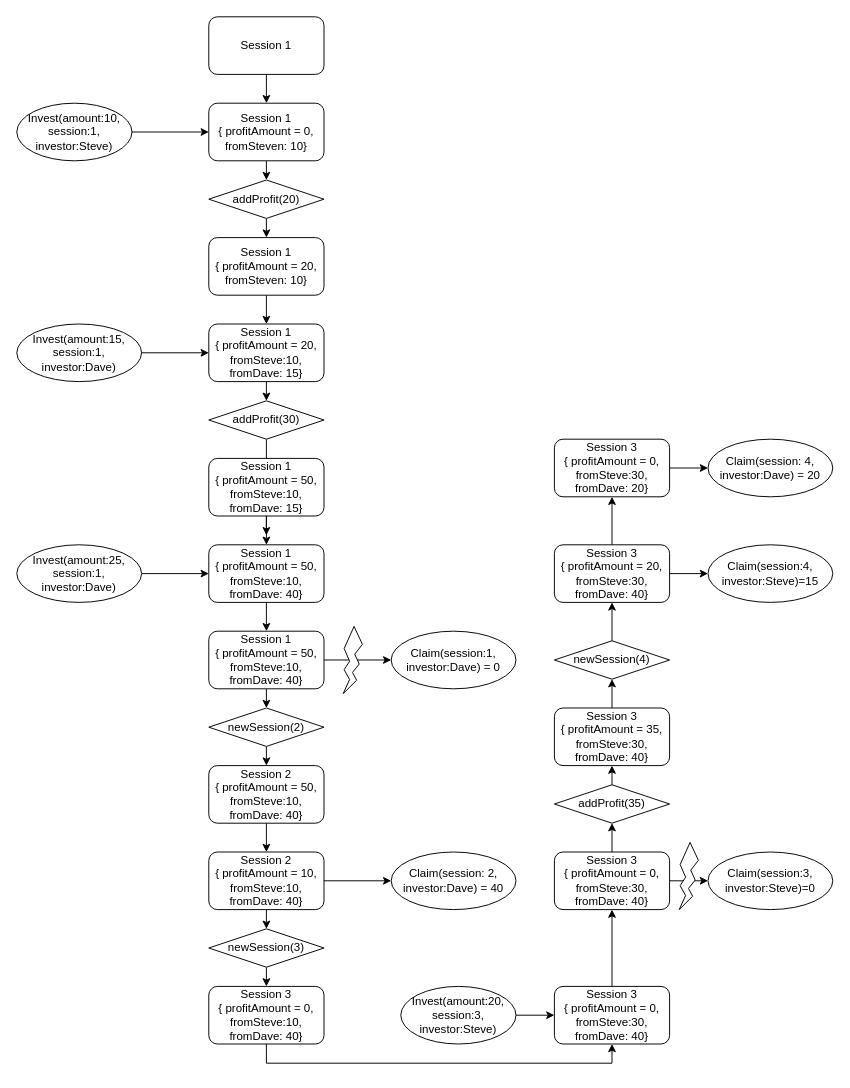
Before: page "Test1" (2 of 2) of Example1.drawio in ChihHaoChen/thundercoreProfit, a draw.io diagram. Source tidied: cells renumbered, new cells numbered last; positions are measured from the earlier drawing's top-left corner, leaving out a move shared by most shapes. Both pictures are drawn from the tidied source at 96%, with x=0, y=0 at pixel (16, 16).
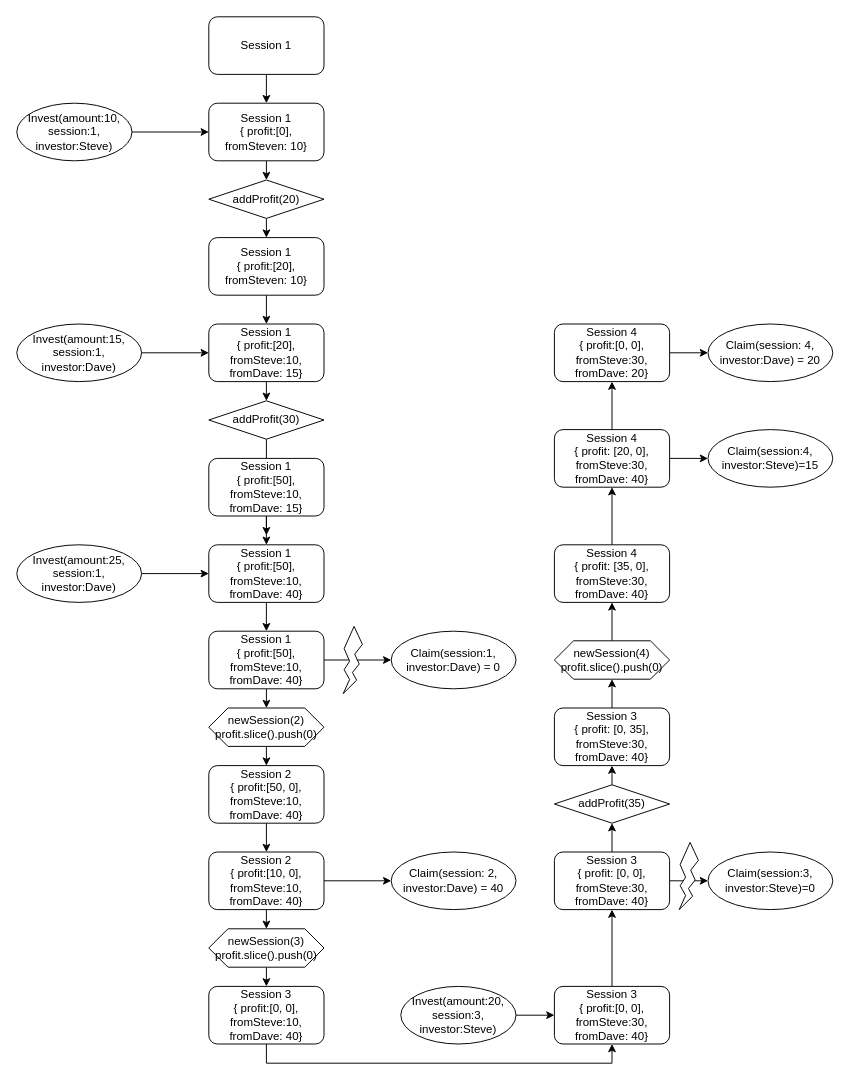
The same diagram, later.

The edit, as a diff of the source:
```diff
@@
-    <mxCell id="5" value="&lt;div&gt;Session 1&lt;/div&gt;&lt;div&gt;{ profitAmount = 0,&lt;/div&gt;&lt;div&gt;fromSteven: 10}&lt;br&gt;&lt;/div&gt;" style="rounded=1;whiteSpace=wrap;html=1;" parent="1" vertex="1">
+    <mxCell id="5" value="&lt;div&gt;Session 1&lt;/div&gt;&lt;div&gt;{ profit:[0],&lt;/div&gt;&lt;div&gt;fromSteven: 10}&lt;br&gt;&lt;/div&gt;" style="rounded=1;whiteSpace=wrap;html=1;" parent="1" vertex="1">
       <mxGeometry x="200" y="90" width="120" height="60" as="geometry" />
     </mxCell>
@@
-    <mxCell id="10" value="&lt;div&gt;Session 1&lt;/div&gt;&lt;div&gt;{ profitAmount = 20,&lt;/div&gt;&lt;div&gt;fromSteve:10,&lt;/div&gt;&lt;div&gt;fromDave: 15}&lt;br&gt;&lt;/div&gt;" style="rounded=1;whiteSpace=wrap;html=1;" parent="1" vertex="1">
+    <mxCell id="10" value="&lt;div&gt;Session 1&lt;/div&gt;&lt;div&gt;{ profit:[20],&lt;/div&gt;&lt;div&gt;fromSteve:10,&lt;/div&gt;&lt;div&gt;fromDave: 15}&lt;br&gt;&lt;/div&gt;" style="rounded=1;whiteSpace=wrap;html=1;" parent="1" vertex="1">
       <mxGeometry x="200" y="320" width="120" height="60" as="geometry" />
     </mxCell>
@@
-    <mxCell id="14" value="&lt;div&gt;Session 1&lt;/div&gt;&lt;div&gt;{ profitAmount = 20,&lt;/div&gt;&lt;div&gt;fromSteven: 10}&lt;br&gt;&lt;/div&gt;" style="rounded=1;whiteSpace=wrap;html=1;" parent="1" vertex="1">
+    <mxCell id="14" value="&lt;div&gt;Session 1&lt;/div&gt;&lt;div&gt;{ profit:[20],&lt;/div&gt;&lt;div&gt;fromSteven: 10}&lt;br&gt;&lt;/div&gt;" style="rounded=1;whiteSpace=wrap;html=1;" parent="1" vertex="1">
       <mxGeometry x="200" y="230" width="120" height="60" as="geometry" />
     </mxCell>
@@
-    <mxCell id="19" value="&lt;div&gt;Session 1&lt;/div&gt;&lt;div&gt;{ profitAmount = 50,&lt;/div&gt;&lt;div&gt;fromSteve:10,&lt;/div&gt;&lt;div&gt;fromDave: 15}&lt;br&gt;&lt;/div&gt;" style="rounded=1;whiteSpace=wrap;html=1;" parent="1" vertex="1">
+    <mxCell id="19" value="&lt;div&gt;Session 1&lt;/div&gt;&lt;div&gt;{ profit:[50],&lt;/div&gt;&lt;div&gt;fromSteve:10,&lt;/div&gt;&lt;div&gt;fromDave: 15}&lt;br&gt;&lt;/div&gt;" style="rounded=1;whiteSpace=wrap;html=1;" parent="1" vertex="1">
       <mxGeometry x="200" y="460" width="120" height="60" as="geometry" />
     </mxCell>
@@
-    <mxCell id="21" value="&lt;div&gt;Session 1&lt;/div&gt;&lt;div&gt;{ profitAmount = 50,&lt;/div&gt;&lt;div&gt;fromSteve:10,&lt;/div&gt;&lt;div&gt;fromDave: 40}&lt;br&gt;&lt;/div&gt;" style="rounded=1;whiteSpace=wrap;html=1;" parent="1" vertex="1">
+    <mxCell id="21" value="&lt;div&gt;Session 1&lt;/div&gt;&lt;div&gt;{ profit:[50],&lt;/div&gt;&lt;div&gt;fromSteve:10,&lt;/div&gt;&lt;div&gt;fromDave: 40}&lt;br&gt;&lt;/div&gt;" style="rounded=1;whiteSpace=wrap;html=1;" parent="1" vertex="1">
       <mxGeometry x="200" y="550" width="120" height="60" as="geometry" />
     </mxCell>
@@
-    <mxCell id="25" style="edgeStyle=orthogonalEdgeStyle;rounded=0;jettySize=auto;html=1;exitX=0.5;exitY=1;exitDx=0;exitDy=0;entryX=0.5;entryY=0;entryDx=0;entryDy=0;" parent="1" edge="1" source="26" target="32">
-      <mxGeometry relative="1" as="geometry" />
-    </mxCell>
+    <mxCell id="63" style="edgeStyle=orthogonalEdgeStyle;rounded=0;jettySize=auto;html=1;exitX=0.5;exitY=1;exitDx=0;exitDy=0;entryX=0.5;entryY=0;entryDx=0;entryDy=0;" parent="1" edge="1" source="26" target="69">
+      <mxGeometry relative="1" as="geometry" />
+    </mxCell>
-    <mxCell id="26" value="&lt;div&gt;Session 1&lt;/div&gt;&lt;div&gt;{ profitAmount = 50,&lt;/div&gt;&lt;div&gt;fromSteve:10,&lt;/div&gt;&lt;div&gt;fromDave: 40}&lt;br&gt;&lt;/div&gt;" style="rounded=1;whiteSpace=wrap;html=1;" parent="1" vertex="1">
+    <mxCell id="26" value="&lt;div&gt;Session 1&lt;/div&gt;&lt;div&gt;{ profit:[50],&lt;/div&gt;&lt;div&gt;fromSteve:10,&lt;/div&gt;&lt;div&gt;fromDave: 40}&lt;br&gt;&lt;/div&gt;" style="rounded=1;whiteSpace=wrap;html=1;" parent="1" vertex="1">
       <mxGeometry x="200" y="640" width="120" height="60" as="geometry" />
     </mxCell>
@@
-    <mxCell id="30" value="&lt;div&gt;Session 2&lt;br&gt;&lt;/div&gt;&lt;div&gt;{ profitAmount = 50,&lt;/div&gt;&lt;div&gt;fromSteve:10,&lt;/div&gt;&lt;div&gt;fromDave: 40}&lt;br&gt;&lt;/div&gt;" style="rounded=1;whiteSpace=wrap;html=1;" parent="1" vertex="1">
+    <mxCell id="30" value="&lt;div&gt;Session 2&lt;br&gt;&lt;/div&gt;&lt;div&gt;{ profit:[50, 0],&lt;/div&gt;&lt;div&gt;fromSteve:10,&lt;/div&gt;&lt;div&gt;fromDave: 40}&lt;br&gt;&lt;/div&gt;" style="rounded=1;whiteSpace=wrap;html=1;" parent="1" vertex="1">
       <mxGeometry x="200" y="780" width="120" height="60" as="geometry" />
     </mxCell>
-    <mxCell id="31" style="edgeStyle=orthogonalEdgeStyle;rounded=0;jettySize=auto;html=1;exitX=0.5;exitY=1;exitDx=0;exitDy=0;entryX=0.5;entryY=0;entryDx=0;entryDy=0;" parent="1" edge="1" source="32" target="30">
-      <mxGeometry relative="1" as="geometry" />
-    </mxCell>
-    <mxCell id="32" value="newSession(2)" style="rhombus;whiteSpace=wrap;html=1;" parent="1" vertex="1">
-      <mxGeometry x="200" y="720" width="120" height="40" as="geometry" />
-    </mxCell>
@@
-    <mxCell id="35" style="edgeStyle=orthogonalEdgeStyle;rounded=0;jettySize=auto;html=1;exitX=0.5;exitY=1;exitDx=0;exitDy=0;entryX=0.5;entryY=0;entryDx=0;entryDy=0;" parent="1" edge="1" source="36" target="38">
-      <mxGeometry relative="1" as="geometry" />
-    </mxCell>
+    <mxCell id="64" style="edgeStyle=orthogonalEdgeStyle;rounded=0;jettySize=auto;html=1;exitX=0.5;exitY=1;exitDx=0;exitDy=0;entryX=0.5;entryY=0;entryDx=0;entryDy=0;" parent="1" edge="1" source="36" target="71">
+      <mxGeometry relative="1" as="geometry" />
+    </mxCell>
-    <mxCell id="36" value="&lt;div&gt;Session 2&lt;br&gt;&lt;/div&gt;&lt;div&gt;{ profitAmount = 10,&lt;/div&gt;&lt;div&gt;fromSteve:10,&lt;/div&gt;&lt;div&gt;fromDave: 40}&lt;br&gt;&lt;/div&gt;" style="rounded=1;whiteSpace=wrap;html=1;" parent="1" vertex="1">
+    <mxCell id="36" value="&lt;div&gt;Session 2&lt;br&gt;&lt;/div&gt;&lt;div&gt;{ profit:[10, 0],&lt;/div&gt;&lt;div&gt;fromSteve:10,&lt;/div&gt;&lt;div&gt;fromDave: 40}&lt;br&gt;&lt;/div&gt;" style="rounded=1;whiteSpace=wrap;html=1;" parent="1" vertex="1">
       <mxGeometry x="200" y="870" width="120" height="60" as="geometry" />
     </mxCell>
-    <mxCell id="37" style="edgeStyle=orthogonalEdgeStyle;rounded=0;jettySize=auto;html=1;exitX=0.5;exitY=1;exitDx=0;exitDy=0;entryX=0.5;entryY=0;entryDx=0;entryDy=0;" parent="1" edge="1" source="38" target="40">
-      <mxGeometry relative="1" as="geometry" />
-    </mxCell>
-    <mxCell id="38" value="newSession(3)" style="rhombus;whiteSpace=wrap;html=1;" parent="1" vertex="1">
-      <mxGeometry x="200" y="950" width="120" height="40" as="geometry" />
-    </mxCell>
@@
-    <mxCell id="40" value="&lt;div&gt;Session 3&lt;br&gt;&lt;/div&gt;&lt;div&gt;{ profitAmount = 0,&lt;/div&gt;&lt;div&gt;fromSteve:10,&lt;/div&gt;&lt;div&gt;fromDave: 40}&lt;br&gt;&lt;/div&gt;" style="rounded=1;whiteSpace=wrap;html=1;" parent="1" vertex="1">
+    <mxCell id="40" value="&lt;div&gt;Session 3&lt;br&gt;&lt;/div&gt;&lt;div&gt;{ profit:[0, 0],&lt;/div&gt;&lt;div&gt;fromSteve:10,&lt;/div&gt;&lt;div&gt;fromDave: 40}&lt;br&gt;&lt;/div&gt;" style="rounded=1;whiteSpace=wrap;html=1;" parent="1" vertex="1">
       <mxGeometry x="200" y="1010" width="120" height="60" as="geometry" />
     </mxCell>
@@
-    <mxCell id="42" value="&lt;div&gt;Session 3&lt;br&gt;&lt;/div&gt;&lt;div&gt;{ profitAmount = 0,&lt;/div&gt;&lt;div&gt;fromSteve:30,&lt;/div&gt;&lt;div&gt;fromDave: 40}&lt;br&gt;&lt;/div&gt;" style="rounded=1;whiteSpace=wrap;html=1;" parent="1" vertex="1">
+    <mxCell id="42" value="&lt;div&gt;Session 3&lt;br&gt;&lt;/div&gt;&lt;div&gt;{ profit:[0, 0],&lt;/div&gt;&lt;div&gt;fromSteve:30,&lt;/div&gt;&lt;div&gt;fromDave: 40}&lt;br&gt;&lt;/div&gt;" style="rounded=1;whiteSpace=wrap;html=1;" parent="1" vertex="1">
       <mxGeometry x="560" y="1010" width="120" height="60" as="geometry" />
     </mxCell>
@@
-    <mxCell id="47" value="&lt;div&gt;Session 3&lt;br&gt;&lt;/div&gt;&lt;div&gt;{ profitAmount = 0,&lt;/div&gt;&lt;div&gt;fromSteve:30,&lt;/div&gt;&lt;div&gt;fromDave: 40}&lt;br&gt;&lt;/div&gt;" style="rounded=1;whiteSpace=wrap;html=1;" parent="1" vertex="1">
+    <mxCell id="47" value="&lt;div&gt;Session 3&lt;br&gt;&lt;/div&gt;&lt;div&gt;{ profit: [0, 0],&lt;/div&gt;&lt;div&gt;fromSteve:30,&lt;/div&gt;&lt;div&gt;fromDave: 40}&lt;br&gt;&lt;/div&gt;" style="rounded=1;whiteSpace=wrap;html=1;" parent="1" vertex="1">
       <mxGeometry x="560" y="870" width="120" height="60" as="geometry" />
     </mxCell>
@@
-    <mxCell id="52" style="edgeStyle=orthogonalEdgeStyle;rounded=0;jettySize=auto;html=1;exitX=0.5;exitY=0;exitDx=0;exitDy=0;entryX=0.5;entryY=1;entryDx=0;entryDy=0;" parent="1" edge="1" source="53" target="55">
-      <mxGeometry relative="1" as="geometry" />
-    </mxCell>
+    <mxCell id="65" style="edgeStyle=orthogonalEdgeStyle;rounded=0;jettySize=auto;html=1;exitX=0.5;exitY=0;exitDx=0;exitDy=0;entryX=0.5;entryY=1;entryDx=0;entryDy=0;" parent="1" edge="1" source="53" target="73">
+      <mxGeometry relative="1" as="geometry" />
+    </mxCell>
-    <mxCell id="53" value="&lt;div&gt;Session 3&lt;br&gt;&lt;/div&gt;&lt;div&gt;{ profitAmount = 35,&lt;/div&gt;&lt;div&gt;fromSteve:30,&lt;/div&gt;&lt;div&gt;fromDave: 40}&lt;br&gt;&lt;/div&gt;" style="rounded=1;whiteSpace=wrap;html=1;" parent="1" vertex="1">
+    <mxCell id="53" value="&lt;div&gt;Session 3&lt;br&gt;&lt;/div&gt;&lt;div&gt;{ profit: [0, 35],&lt;/div&gt;&lt;div&gt;fromSteve:30,&lt;/div&gt;&lt;div&gt;fromDave: 40}&lt;br&gt;&lt;/div&gt;" style="rounded=1;whiteSpace=wrap;html=1;" parent="1" vertex="1">
       <mxGeometry x="560" y="720" width="120" height="60" as="geometry" />
     </mxCell>
-    <mxCell id="54" style="edgeStyle=orthogonalEdgeStyle;rounded=0;jettySize=auto;html=1;exitX=0.5;exitY=0;exitDx=0;exitDy=0;entryX=0.5;entryY=1;entryDx=0;entryDy=0;" parent="1" edge="1" source="55" target="58">
-      <mxGeometry relative="1" as="geometry" />
-    </mxCell>
-    <mxCell id="55" value="newSession(4)" style="rhombus;whiteSpace=wrap;html=1;" parent="1" vertex="1">
-      <mxGeometry x="560" y="650" width="120" height="40" as="geometry" />
-    </mxCell>
@@
-    <mxCell id="58" value="&lt;div&gt;Session 3&lt;br&gt;&lt;/div&gt;&lt;div&gt;{ profitAmount = 20,&lt;/div&gt;&lt;div&gt;fromSteve:30,&lt;/div&gt;&lt;div&gt;fromDave: 40}&lt;br&gt;&lt;/div&gt;" style="rounded=1;whiteSpace=wrap;html=1;" parent="1" vertex="1">
-      <mxGeometry x="560" y="550" width="120" height="60" as="geometry" />
+    <mxCell id="58" value="&lt;div&gt;Session 4&lt;br&gt;&lt;/div&gt;&lt;div&gt;{ profit: [20, 0],&lt;/div&gt;&lt;div&gt;fromSteve:30,&lt;/div&gt;&lt;div&gt;fromDave: 40}&lt;br&gt;&lt;/div&gt;" style="rounded=1;whiteSpace=wrap;html=1;" parent="1" vertex="1">
+      <mxGeometry x="560" y="430" width="120" height="60" as="geometry" />
     </mxCell>
     <mxCell id="59" value="Claim(session:4, investor:Steve)=15" style="ellipse;whiteSpace=wrap;html=1;" parent="1" vertex="1">
-      <mxGeometry x="720" y="550" width="130" height="60" as="geometry" />
+      <mxGeometry x="720" y="430" width="130" height="60" as="geometry" />
     </mxCell>
@@
-    <mxCell id="61" value="&lt;div&gt;Session 3&lt;br&gt;&lt;/div&gt;&lt;div&gt;{ profitAmount = 0,&lt;/div&gt;&lt;div&gt;fromSteve:30,&lt;/div&gt;&lt;div&gt;fromDave: 20}&lt;br&gt;&lt;/div&gt;" style="rounded=1;whiteSpace=wrap;html=1;" parent="1" vertex="1">
-      <mxGeometry x="560" y="440" width="120" height="60" as="geometry" />
+    <mxCell id="61" value="&lt;div&gt;Session 4&lt;br&gt;&lt;/div&gt;&lt;div&gt;{ profit:[0, 0],&lt;/div&gt;&lt;div&gt;fromSteve:30,&lt;/div&gt;&lt;div&gt;fromDave: 20}&lt;br&gt;&lt;/div&gt;" style="rounded=1;whiteSpace=wrap;html=1;" parent="1" vertex="1">
+      <mxGeometry x="560" y="320" width="120" height="60" as="geometry" />
     </mxCell>
     <mxCell id="62" value="Claim(session: 4, investor:Dave) = 20" style="ellipse;whiteSpace=wrap;html=1;" parent="1" vertex="1">
-      <mxGeometry x="720" y="440" width="130" height="60" as="geometry" />
+      <mxGeometry x="720" y="320" width="130" height="60" as="geometry" />
     </mxCell>
+    <mxCell id="66" style="edgeStyle=orthogonalEdgeStyle;rounded=0;jettySize=auto;html=1;exitX=0.5;exitY=0;exitDx=0;exitDy=0;entryX=0.5;entryY=1;entryDx=0;entryDy=0;" parent="1" edge="1" source="67" target="58">
+      <mxGeometry relative="1" as="geometry" />
+    </mxCell>
+    <mxCell id="67" value="&lt;div&gt;Session 4&lt;br&gt;&lt;/div&gt;&lt;div&gt;{ profit: [35, 0],&lt;/div&gt;&lt;div&gt;fromSteve:30,&lt;/div&gt;&lt;div&gt;fromDave: 40}&lt;br&gt;&lt;/div&gt;" style="rounded=1;whiteSpace=wrap;html=1;" parent="1" vertex="1">
+      <mxGeometry x="560" y="550" width="120" height="60" as="geometry" />
+    </mxCell>
+    <mxCell id="68" style="edgeStyle=orthogonalEdgeStyle;rounded=0;jettySize=auto;html=1;exitX=0.5;exitY=1;exitDx=0;exitDy=0;entryX=0.5;entryY=0;entryDx=0;entryDy=0;" parent="1" edge="1" source="69" target="30">
+      <mxGeometry relative="1" as="geometry" />
+    </mxCell>
+    <mxCell id="69" value="&lt;div&gt;newSession(2)&lt;/div&gt;&lt;div&gt;profit.slice().push(0)&lt;br&gt;&lt;/div&gt;" style="shape=hexagon;perimeter=hexagonPerimeter2;whiteSpace=wrap;html=1;fixedSize=1;" parent="1" vertex="1">
+      <mxGeometry x="200" y="720" width="120" height="40" as="geometry" />
+    </mxCell>
+    <mxCell id="70" style="edgeStyle=orthogonalEdgeStyle;rounded=0;jettySize=auto;html=1;exitX=0.5;exitY=1;exitDx=0;exitDy=0;entryX=0.5;entryY=0;entryDx=0;entryDy=0;" parent="1" edge="1" source="71" target="40">
+      <mxGeometry relative="1" as="geometry" />
+    </mxCell>
+    <mxCell id="71" value="&lt;div&gt;newSession(3)&lt;/div&gt;&lt;div&gt;profit.slice().push(0)&lt;br&gt;&lt;/div&gt;" style="shape=hexagon;perimeter=hexagonPerimeter2;whiteSpace=wrap;html=1;fixedSize=1;" parent="1" vertex="1">
+      <mxGeometry x="200" y="950" width="120" height="40" as="geometry" />
+    </mxCell>
+    <mxCell id="72" style="edgeStyle=orthogonalEdgeStyle;rounded=0;jettySize=auto;html=1;exitX=0.5;exitY=0;exitDx=0;exitDy=0;entryX=0.5;entryY=1;entryDx=0;entryDy=0;" parent="1" edge="1" source="73" target="67">
+      <mxGeometry relative="1" as="geometry" />
+    </mxCell>
+    <mxCell id="73" value="&lt;div&gt;newSession(4)&lt;/div&gt;&lt;div&gt;profit.slice().push(0)&lt;br&gt;&lt;/div&gt;" style="shape=hexagon;perimeter=hexagonPerimeter2;whiteSpace=wrap;html=1;fixedSize=1;" parent="1" vertex="1">
+      <mxGeometry x="560" y="650" width="120" height="40" as="geometry" />
+    </mxCell>
```
